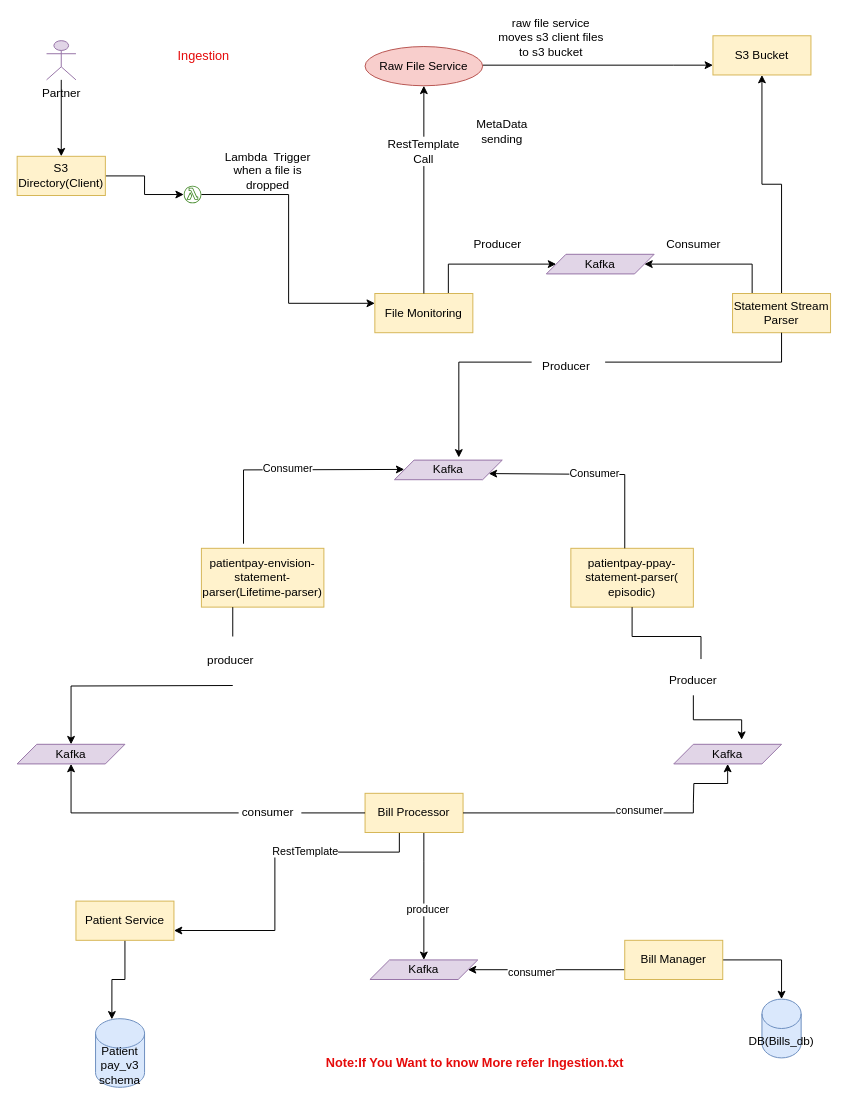
suchit727/diagrams keeps this draw.io diagram as Ingestion.drawio. Above is the earlier version. Source tidied: cells renumbered, new cells numbered last; positions are measured from the earlier drawing's top-left corner, leaving out a move shared by most shapes. Both pictures are drawn from the tidied source at 98%, with x=0, y=0 at pixel (17, 28).
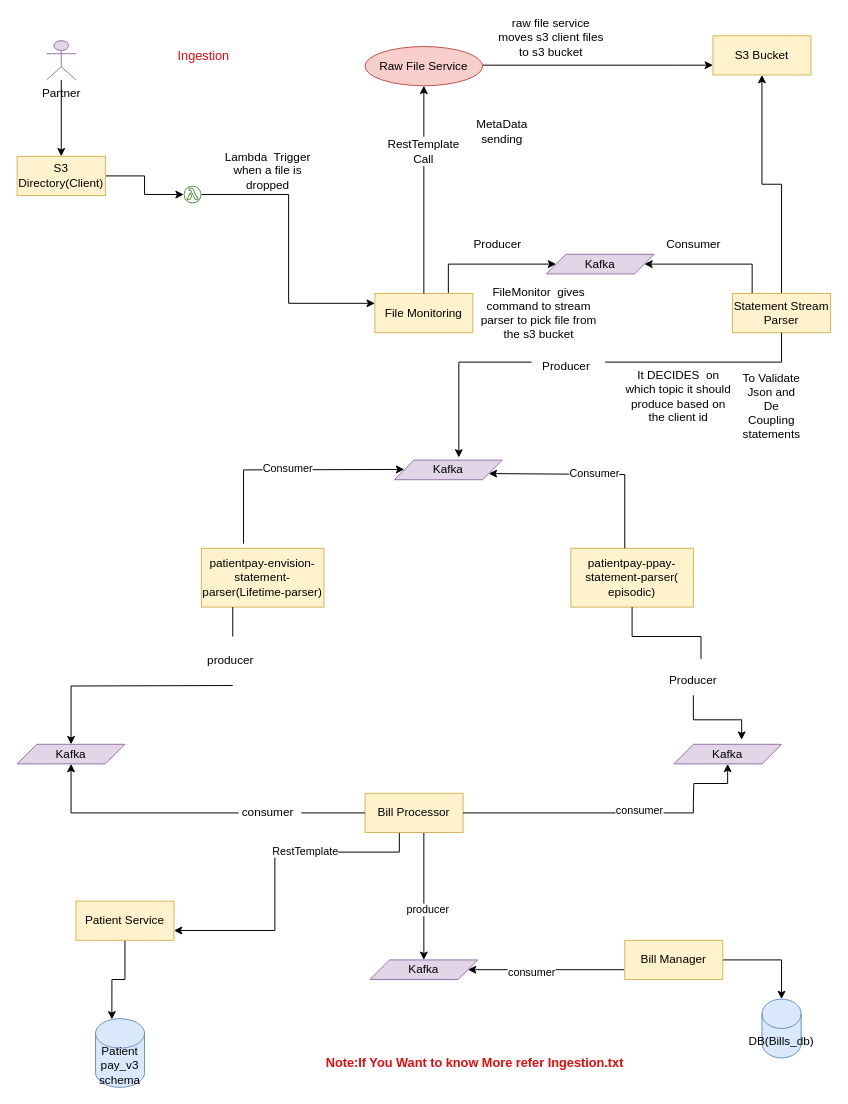
Above is the later version.

Change to the diagram source:
```diff
@@
+    <mxCell id="65" value="FileMonitor&amp;nbsp; gives command to stream parser to pick file from the s3 bucket" style="text;html=1;strokeColor=none;fillColor=none;align=center;verticalAlign=middle;whiteSpace=wrap;rounded=0;" parent="1" vertex="1">
+      <mxGeometry x="470" y="275" width="125" height="30" as="geometry" />
+    </mxCell>
+    <mxCell id="66" value="To Validate Json and De Coupling statements" style="text;html=1;strokeColor=none;fillColor=none;align=center;verticalAlign=middle;whiteSpace=wrap;rounded=0;" parent="1" vertex="1">
+      <mxGeometry x="740" y="370" width="60" height="30" as="geometry" />
+    </mxCell>
+    <mxCell id="67" value="It DECIDES&amp;nbsp; on which topic it should produce based on the client id" style="text;html=1;strokeColor=none;fillColor=none;align=center;verticalAlign=middle;whiteSpace=wrap;rounded=0;" parent="1" vertex="1">
+      <mxGeometry x="620" y="350" width="110" height="50" as="geometry" />
+    </mxCell>
```
